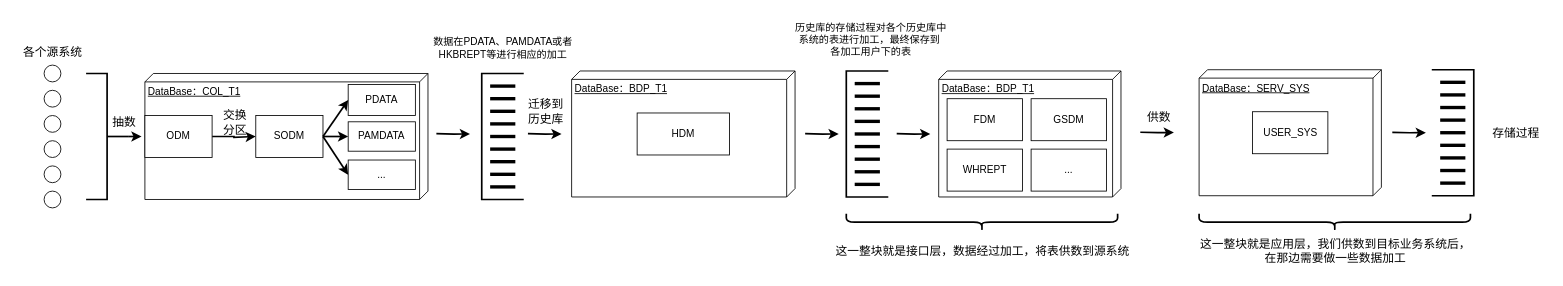
Xu-ShengJie/pictures keeps this draw.io diagram as 未命名绘图2.drawio. Above is the earlier version. Source tidied: cells renumbered, new cells numbered last; positions are measured from the earlier drawing's top-left corner, leaving out a move shared by most shapes. Both pictures are drawn from the tidied source at 84%, with x=0, y=0 at pixel (14, 14).
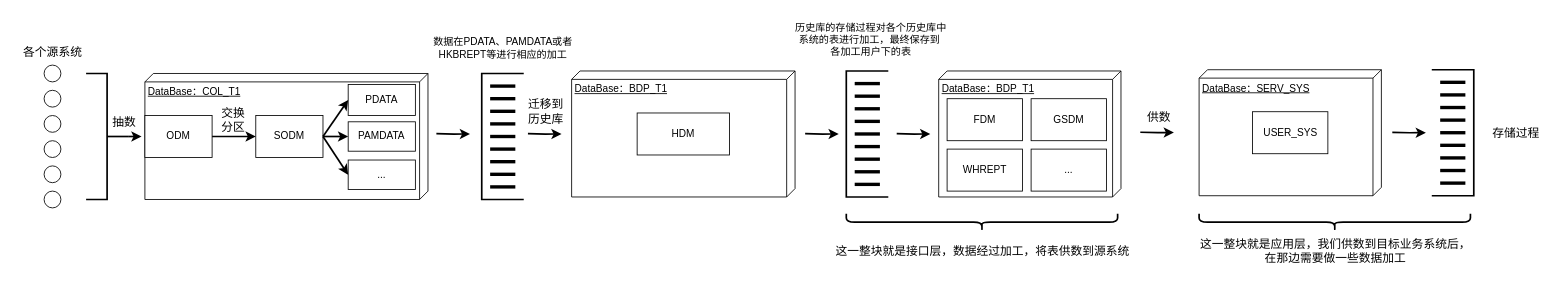
The same diagram, later.

Commit message (it also covers changes not shown here):
更新未命名绘图2.drawio

Unchanged cells that the change refers to:
```xml
<mxCell id="22" style="group;" parent="16" vertex="1">
  <mxGeometry x="-126" y="3" width="337" height="150" as="geometry" />
</mxCell>
<mxCell id="25" value="ODM" style="html=1;whiteSpace=wrap;" parent="22" vertex="1">
  <mxGeometry y="50" width="80" height="50" as="geometry" />
</mxCell>
<mxCell id="27" value="SODM" style="html=1;whiteSpace=wrap;" parent="22" vertex="1">
  <mxGeometry x="132" y="50" width="80" height="50" as="geometry" />
</mxCell>
```

Diff of the diagram source:
```diff
@@
-    <mxCell id="24" style="edgeStyle=orthogonalEdgeStyle;rounded=0;jettySize=auto;html=1;strokeWidth=2;" parent="22" edge="1" source="25">
-      <mxGeometry relative="1" as="geometry">
-        <mxPoint x="132" y="75" as="targetPoint" />
-        <Array as="points">
-          <mxPoint x="106" y="75" />
-          <mxPoint x="106" y="76" />
-        </Array>
-      </mxGeometry>
-    </mxCell>
@@
     <mxCell id="26" value="&lt;span style=&quot;font-size: 14px;&quot;&gt;交换&lt;/span&gt;&lt;div&gt;&lt;span style=&quot;font-size: 14px;&quot;&gt;分区&lt;/span&gt;&lt;/div&gt;" style="text;html=1;align=center;verticalAlign=middle;strokeColor=none;fillColor=none;" parent="22" vertex="1">
-      <mxGeometry x="82" y="33" width="50" height="50" as="geometry" />
+      <mxGeometry x="80" y="30" width="50" height="50" as="geometry" />
     </mxCell>
@@
+    <mxCell id="85" style="endArrow=classic;html=1;rounded=0;exitX=1;exitY=0.5;exitDx=0;exitDy=0;entryX=0;entryY=0.5;entryDx=0;entryDy=0;strokeWidth=2;" parent="22" edge="1" source="25" target="27">
+      <mxGeometry relative="1" as="geometry" />
+    </mxCell>
```
